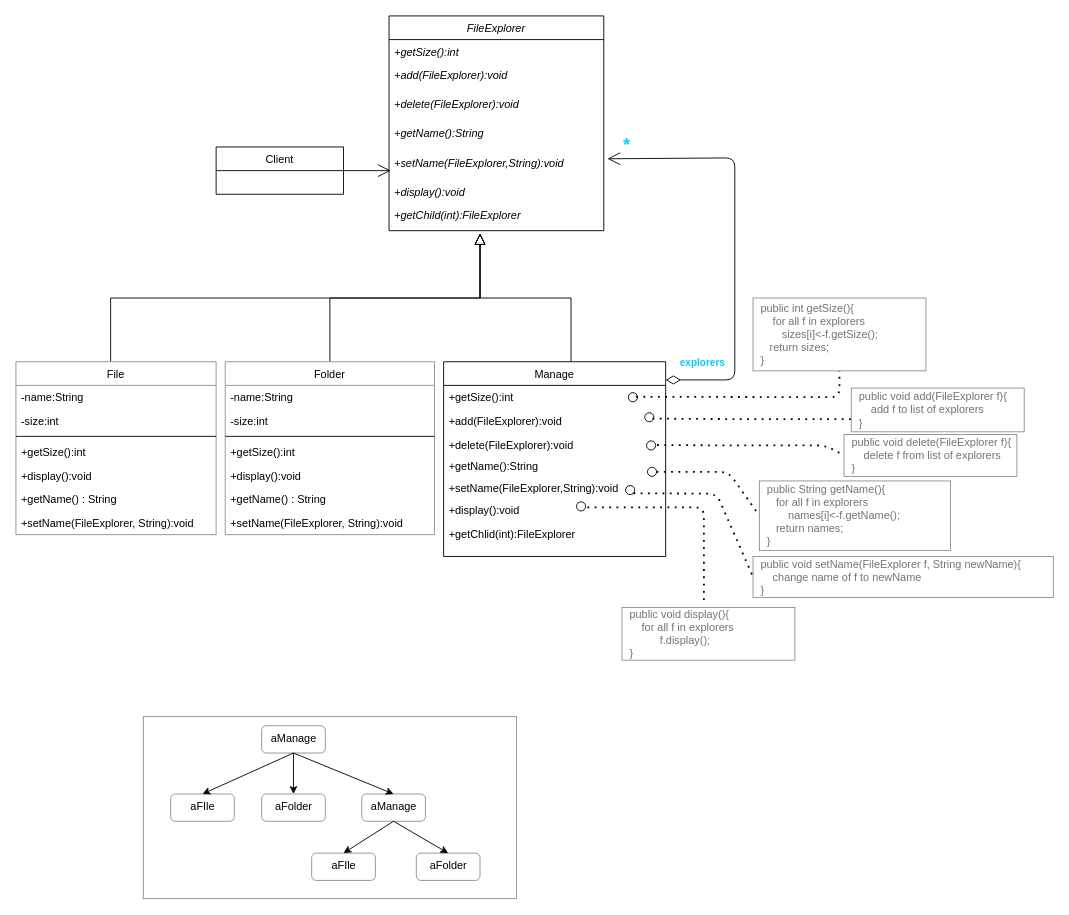
Above: CompositePattern.drawio in tlfzgjadyd/SoftwareAnalysisDesign (draw.io), before the change. Source tidied: cells renumbered, new cells numbered last; positions are measured from the earlier drawing's top-left corner, leaving out a move shared by most shapes. Both pictures are drawn from the tidied source at 91%, with x=0, y=0 at pixel (15, 15).
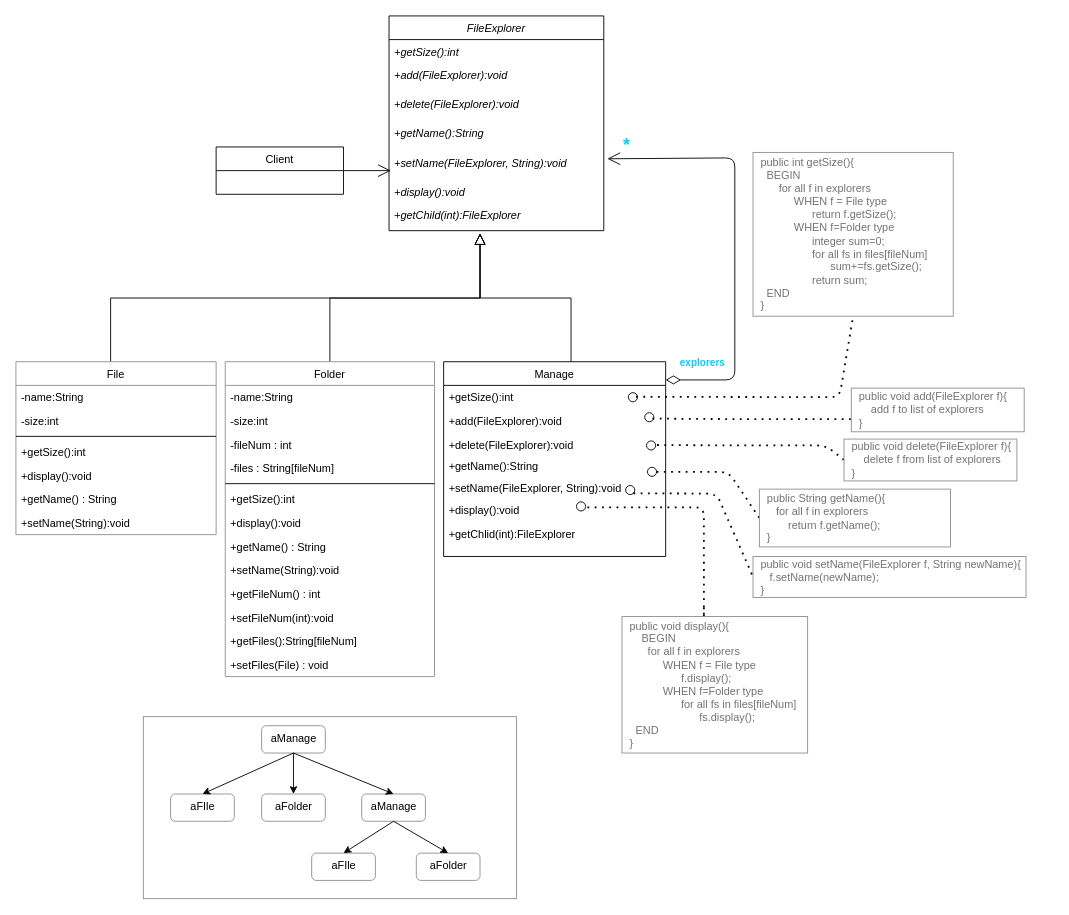
The same page after the edit.

Unchanged cells that the change refers to:
```xml
<mxCell id="5" value="FileExplorer" style="swimlane;fontStyle=2;horizontal=1;startSize=26;fillColor=none;" parent="1" vertex="1">
  <mxGeometry x="410" width="236" height="236" as="geometry" />
</mxCell>
<mxCell id="14" value="Manage" style="swimlane;fontStyle=0;horizontal=1;startSize=26;fillColor=none;" parent="1" vertex="1">
  <mxGeometry x="470" y="380" width="244" height="214" as="geometry" />
</mxCell>
<mxCell id="29" value="File" style="swimlane;fontStyle=0;align=center;verticalAlign=top;horizontal=1;startSize=26;strokeColor=#8F8F8F;fontSize=12;" parent="1" vertex="1">
  <mxGeometry y="380" width="220" height="190" as="geometry" />
</mxCell>
```

Diff of the diagram source:
```diff
@@
-    <mxCell id="10" value="+setName(FileExplorer,String):void" style="text;strokeColor=none;fillColor=none;align=left;verticalAlign=top;spacingLeft=4;spacingRight=4;overflow=hidden;points=[[0,0.5],[1,0.5]];portConstraint=eastwest;fontStyle=2;" parent="5" vertex="1">
+    <mxCell id="10" value="+setName(FileExplorer, String):void" style="text;strokeColor=none;fillColor=none;align=left;verticalAlign=top;spacingLeft=4;spacingRight=4;overflow=hidden;points=[[0,0.5],[1,0.5]];portConstraint=eastwest;fontStyle=2;" parent="5" vertex="1">
       <mxGeometry y="148" width="236" height="32" as="geometry" />
     </mxCell>
@@
-    <mxCell id="19" value="+setName(FileExplorer,String):void" style="text;strokeColor=none;fillColor=none;align=left;verticalAlign=top;spacingLeft=4;spacingRight=4;overflow=hidden;" parent="14" vertex="1">
+    <mxCell id="19" value="+setName(FileExplorer, String):void" style="text;strokeColor=none;fillColor=none;align=left;verticalAlign=top;spacingLeft=4;spacingRight=4;overflow=hidden;" parent="14" vertex="1">
       <mxGeometry y="126" width="244" height="24" as="geometry" />
     </mxCell>
@@
-    <mxCell id="26" value="&lt;font color=&quot;#737373&quot;&gt;&amp;nbsp; public int getSize(){&lt;br&gt;&amp;nbsp; &amp;nbsp; &amp;nbsp; for all f in explorers&lt;br&gt;&amp;nbsp; &amp;nbsp; &amp;nbsp; &amp;nbsp; &amp;nbsp;sizes[i]&amp;lt;-f.getSize();&lt;br&gt;&amp;nbsp; &amp;nbsp; &amp;nbsp;return sizes;&lt;br&gt;&amp;nbsp; }&lt;/font&gt;" style="html=1;align=left;strokeColor=#8F8F8F;" parent="1" vertex="1">
-      <mxGeometry x="810" y="310" width="190" height="80" as="geometry" />
+    <mxCell id="26" value="&lt;font color=&quot;#737373&quot;&gt;&amp;nbsp; public int getSize(){&lt;br&gt;&amp;nbsp; &amp;nbsp; BEGIN&lt;br&gt;&amp;nbsp; &amp;nbsp; &amp;nbsp; &amp;nbsp;&amp;nbsp;&lt;/font&gt;&lt;span style=&quot;color: rgb(115 , 115 , 115)&quot;&gt;for all f in explorers&lt;/span&gt;&lt;font color=&quot;#737373&quot;&gt;&lt;br&gt;&amp;nbsp; &amp;nbsp; &amp;nbsp; &amp;nbsp; &amp;nbsp; &amp;nbsp; &amp;nbsp;WHEN f = File type&lt;br&gt;&amp;nbsp; &amp;nbsp; &amp;nbsp; &amp;nbsp; &amp;nbsp; &amp;nbsp; &amp;nbsp; &amp;nbsp; &amp;nbsp; &amp;nbsp;return f.getSize();&lt;br&gt;&amp;nbsp; &amp;nbsp; &amp;nbsp; &amp;nbsp; &amp;nbsp; &amp;nbsp; &amp;nbsp;WHEN f=Folder type&lt;br&gt;&amp;nbsp; &amp;nbsp; &amp;nbsp; &amp;nbsp; &amp;nbsp; &amp;nbsp; &amp;nbsp; &amp;nbsp; &amp;nbsp; &amp;nbsp;integer sum=0;&amp;nbsp;&lt;br&gt;&amp;nbsp; &amp;nbsp; &amp;nbsp; &amp;nbsp; &amp;nbsp; &amp;nbsp; &amp;nbsp; &amp;nbsp; &amp;nbsp; &amp;nbsp;for all fs in files[fileNum]&lt;br&gt;&amp;nbsp; &amp;nbsp; &amp;nbsp; &amp;nbsp; &amp;nbsp; &amp;nbsp; &amp;nbsp; &amp;nbsp; &amp;nbsp; &amp;nbsp; &amp;nbsp; &amp;nbsp; &amp;nbsp;sum+=fs.getSize();&lt;br&gt;&amp;nbsp; &amp;nbsp; &amp;nbsp; &amp;nbsp; &amp;nbsp; &amp;nbsp; &amp;nbsp; &amp;nbsp; &amp;nbsp; &amp;nbsp;return sum;&lt;br&gt;&amp;nbsp; &amp;nbsp; END&lt;br&gt;&amp;nbsp; }&lt;/font&gt;" style="html=1;align=left;strokeColor=#8F8F8F;" parent="1" vertex="1">
+      <mxGeometry x="810" y="150" width="220" height="180" as="geometry" />
     </mxCell>
@@
-    <mxCell id="36" value="+setName(FileExplorer, String):void" style="text;strokeColor=none;fillColor=none;align=left;verticalAlign=top;spacingLeft=4;spacingRight=4;overflow=hidden;" parent="29" vertex="1">
+    <mxCell id="36" value="+setName(String):void" style="text;strokeColor=none;fillColor=none;align=left;verticalAlign=top;spacingLeft=4;spacingRight=4;overflow=hidden;" parent="29" vertex="1">
       <mxGeometry y="164" width="220" height="26" as="geometry" />
     </mxCell>
     <mxCell id="37" value="Folder" style="swimlane;fontStyle=0;align=center;verticalAlign=top;horizontal=1;startSize=26;strokeColor=#8F8F8F;fontSize=12;" parent="1" vertex="1">
-      <mxGeometry x="230" y="380" width="230" height="190" as="geometry" />
+      <mxGeometry x="230" y="380" width="230" height="346" as="geometry" />
     </mxCell>
@@
+    <mxCell id="71" value="-fileNum : int" style="text;strokeColor=none;fillColor=none;align=left;verticalAlign=top;spacingLeft=4;spacingRight=4;overflow=hidden;" parent="37" vertex="1">
+      <mxGeometry y="78" width="230" height="26" as="geometry" />
+    </mxCell>
+    <mxCell id="72" value="-files : String[fileNum]" style="text;strokeColor=none;fillColor=none;align=left;verticalAlign=top;spacingLeft=4;spacingRight=4;overflow=hidden;" parent="37" vertex="1">
+      <mxGeometry y="104" width="230" height="26" as="geometry" />
+    </mxCell>
     <mxCell id="40" style="line;strokeWidth=1;fillColor=none;align=left;verticalAlign=middle;spacingTop=-1;spacingLeft=3;spacingRight=3;labelPosition=right;" parent="37" vertex="1">
-      <mxGeometry y="78" width="230" height="8" as="geometry" />
+      <mxGeometry y="130" width="230" height="8" as="geometry" />
     </mxCell>
     <mxCell id="41" value="+getSize():int" style="text;strokeColor=none;fillColor=none;align=left;verticalAlign=top;spacingLeft=4;spacingRight=4;overflow=hidden;" parent="37" vertex="1">
-      <mxGeometry y="86" width="230" height="26" as="geometry" />
+      <mxGeometry y="138" width="230" height="26" as="geometry" />
     </mxCell>
     <mxCell id="42" value="+display():void" style="text;strokeColor=none;fillColor=none;align=left;verticalAlign=top;spacingLeft=4;spacingRight=4;overflow=hidden;" parent="37" vertex="1">
-      <mxGeometry y="112" width="230" height="26" as="geometry" />
+      <mxGeometry y="164" width="230" height="26" as="geometry" />
     </mxCell>
     <mxCell id="43" value="+getName() : String" style="text;strokeColor=none;fillColor=none;align=left;verticalAlign=top;spacingLeft=4;spacingRight=4;overflow=hidden;" parent="37" vertex="1">
-      <mxGeometry y="138" width="230" height="26" as="geometry" />
+      <mxGeometry y="190" width="230" height="26" as="geometry" />
     </mxCell>
-    <mxCell id="44" value="+setName(FileExplorer, String):void" style="text;strokeColor=none;fillColor=none;align=left;verticalAlign=top;spacingLeft=4;spacingRight=4;overflow=hidden;" parent="37" vertex="1">
-      <mxGeometry y="164" width="230" height="26" as="geometry" />
+    <mxCell id="44" value="+setName(String):void" style="text;strokeColor=none;fillColor=none;align=left;verticalAlign=top;spacingLeft=4;spacingRight=4;overflow=hidden;" parent="37" vertex="1">
+      <mxGeometry y="216" width="230" height="26" as="geometry" />
     </mxCell>
+    <mxCell id="73" value="+getFileNum() : int" style="text;strokeColor=none;fillColor=none;align=left;verticalAlign=top;spacingLeft=4;spacingRight=4;overflow=hidden;" parent="37" vertex="1">
+      <mxGeometry y="242" width="230" height="26" as="geometry" />
+    </mxCell>
+    <mxCell id="74" value="+setFileNum(int):void" style="text;strokeColor=none;fillColor=none;align=left;verticalAlign=top;spacingLeft=4;spacingRight=4;overflow=hidden;" parent="37" vertex="1">
+      <mxGeometry y="268" width="230" height="26" as="geometry" />
+    </mxCell>
+    <mxCell id="75" value="+getFiles():String[fileNum]" style="text;strokeColor=none;fillColor=none;align=left;verticalAlign=top;spacingLeft=4;spacingRight=4;overflow=hidden;" parent="37" vertex="1">
+      <mxGeometry y="294" width="230" height="26" as="geometry" />
+    </mxCell>
+    <mxCell id="76" value="+setFiles(File) : void" style="text;strokeColor=none;fillColor=none;align=left;verticalAlign=top;spacingLeft=4;spacingRight=4;overflow=hidden;" parent="37" vertex="1">
+      <mxGeometry y="320" width="230" height="26" as="geometry" />
+    </mxCell>
@@
     <mxCell id="50" value="&lt;font color=&quot;#737373&quot;&gt;&amp;nbsp; public void delete(&lt;/font&gt;&lt;span style=&quot;color: rgb(115 , 115 , 115)&quot;&gt;FileExplorer&lt;/span&gt;&lt;font color=&quot;#737373&quot;&gt;&amp;nbsp;f){&lt;br&gt;&amp;nbsp; &amp;nbsp; &amp;nbsp; delete f from list of explorers&lt;br&gt;&amp;nbsp; }&lt;/font&gt;" style="html=1;align=left;strokeColor=#8F8F8F;" parent="1" vertex="1">
-      <mxGeometry x="910" y="460" width="190" height="46" as="geometry" />
+      <mxGeometry x="910" y="465" width="190" height="46" as="geometry" />
     </mxCell>
@@
-    <mxCell id="53" value="&lt;font color=&quot;#737373&quot;&gt;&amp;nbsp; public void setName(&lt;/font&gt;&lt;span style=&quot;color: rgb(115 , 115 , 115)&quot;&gt;FileExplorer&lt;/span&gt;&lt;font color=&quot;#737373&quot;&gt;&amp;nbsp;f, String newName){&lt;br&gt;&amp;nbsp; &amp;nbsp; &amp;nbsp; change name of f to newName&lt;br&gt;&amp;nbsp; }&lt;/font&gt;" style="html=1;align=left;strokeColor=#8F8F8F;" parent="1" vertex="1">
-      <mxGeometry x="810" y="594" width="330" height="45" as="geometry" />
+    <mxCell id="53" value="&lt;font color=&quot;#737373&quot;&gt;&amp;nbsp; public void setName(FileExplorer f,&amp;nbsp;&lt;/font&gt;&lt;font color=&quot;#737373&quot;&gt;String newName){&lt;br&gt;&amp;nbsp; &amp;nbsp; &amp;nbsp;f.setName(newName);&lt;br&gt;&amp;nbsp; }&lt;/font&gt;" style="html=1;align=left;strokeColor=#8F8F8F;" parent="1" vertex="1">
+      <mxGeometry x="810" y="594" width="300" height="45" as="geometry" />
     </mxCell>
@@
     <mxCell id="55" style="endArrow=none;dashed=1;html=1;dashPattern=1 3;strokeWidth=2;" parent="1" edge="1">
       <mxGeometry relative="1" as="geometry">
         <mxPoint x="628" y="540" as="sourcePoint" />
         <mxPoint x="756" y="648" as="targetPoint" />
         <Array as="points">
           <mxPoint x="756" y="540" />
           <mxPoint x="756" y="648" />
+          <mxPoint x="756" y="670" />
         </Array>
       </mxGeometry>
     </mxCell>
-    <mxCell id="56" value="&lt;font color=&quot;#737373&quot;&gt;&amp;nbsp; public void display(){&amp;nbsp;&lt;br&gt;&amp;nbsp; &amp;nbsp; &amp;nbsp; for all f in explorers&lt;br&gt;&amp;nbsp; &amp;nbsp; &amp;nbsp; &amp;nbsp; &amp;nbsp; &amp;nbsp; f.display();&lt;br&gt;&amp;nbsp; }&lt;/font&gt;" style="html=1;align=left;strokeColor=#8F8F8F;" parent="1" vertex="1">
-      <mxGeometry x="666" y="650" width="190" height="58" as="geometry" />
+    <mxCell id="56" value="&lt;font color=&quot;#737373&quot;&gt;&amp;nbsp; public void display(){&amp;nbsp;&lt;br&gt;&amp;nbsp; &amp;nbsp;&lt;/font&gt;&lt;font color=&quot;#737373&quot;&gt;&amp;nbsp;&amp;nbsp; BEGIN&lt;br&gt;&amp;nbsp; &amp;nbsp; &amp;nbsp; &amp;nbsp;&amp;nbsp;&lt;/font&gt;&lt;span style=&quot;color: rgb(115 , 115 , 115)&quot;&gt;for all f in explorers&lt;/span&gt;&lt;font color=&quot;#737373&quot;&gt;&lt;br&gt;&amp;nbsp; &amp;nbsp; &amp;nbsp; &amp;nbsp; &amp;nbsp; &amp;nbsp; &amp;nbsp;WHEN f = File type&lt;br&gt;&amp;nbsp; &amp;nbsp; &amp;nbsp; &amp;nbsp; &amp;nbsp; &amp;nbsp; &amp;nbsp; &amp;nbsp; &amp;nbsp; &amp;nbsp;f.display();&lt;br&gt;&amp;nbsp; &amp;nbsp; &amp;nbsp; &amp;nbsp; &amp;nbsp; &amp;nbsp; &amp;nbsp;WHEN f=Folder type&amp;nbsp;&lt;br&gt;&amp;nbsp; &amp;nbsp; &amp;nbsp; &amp;nbsp; &amp;nbsp; &amp;nbsp; &amp;nbsp; &amp;nbsp; &amp;nbsp; &amp;nbsp;for all fs in files[fileNum]&lt;br&gt;&amp;nbsp; &amp;nbsp; &amp;nbsp; &amp;nbsp; &amp;nbsp; &amp;nbsp; &amp;nbsp; &amp;nbsp; &amp;nbsp; &amp;nbsp; &amp;nbsp; &amp;nbsp; &amp;nbsp;fs.display();&lt;br&gt;&amp;nbsp; &amp;nbsp; END&lt;br&gt;&lt;/font&gt;&lt;font color=&quot;#737373&quot;&gt;&amp;nbsp; }&lt;/font&gt;" style="html=1;align=left;strokeColor=#8F8F8F;" parent="1" vertex="1">
+      <mxGeometry x="666" y="660" width="204" height="150" as="geometry" />
     </mxCell>
@@
-    <mxCell id="58" value="&lt;font color=&quot;#737373&quot;&gt;&amp;nbsp; public String getName(){&lt;br&gt;&amp;nbsp; &amp;nbsp; &amp;nbsp;for all f in explorers&lt;br&gt;&amp;nbsp; &amp;nbsp; &amp;nbsp; &amp;nbsp; &amp;nbsp;names[i]&amp;lt;-f.getName();&lt;br&gt;&amp;nbsp; &amp;nbsp; &amp;nbsp;return names;&lt;br&gt;&amp;nbsp; }&lt;/font&gt;" style="html=1;align=left;strokeColor=#8F8F8F;" parent="1" vertex="1">
-      <mxGeometry x="817" y="511" width="210" height="76.5" as="geometry" />
+    <mxCell id="58" value="&lt;font color=&quot;#737373&quot;&gt;&amp;nbsp; public String getName(){&lt;br&gt;&amp;nbsp; &amp;nbsp; &amp;nbsp;for all f in explorers&lt;br&gt;&amp;nbsp; &amp;nbsp; &amp;nbsp; &amp;nbsp; &amp;nbsp;return f.getName();&lt;br&gt;&amp;nbsp; }&lt;/font&gt;" style="html=1;align=left;strokeColor=#8F8F8F;" parent="1" vertex="1">
+      <mxGeometry x="817" y="520" width="210" height="63.5" as="geometry" />
     </mxCell>
```
